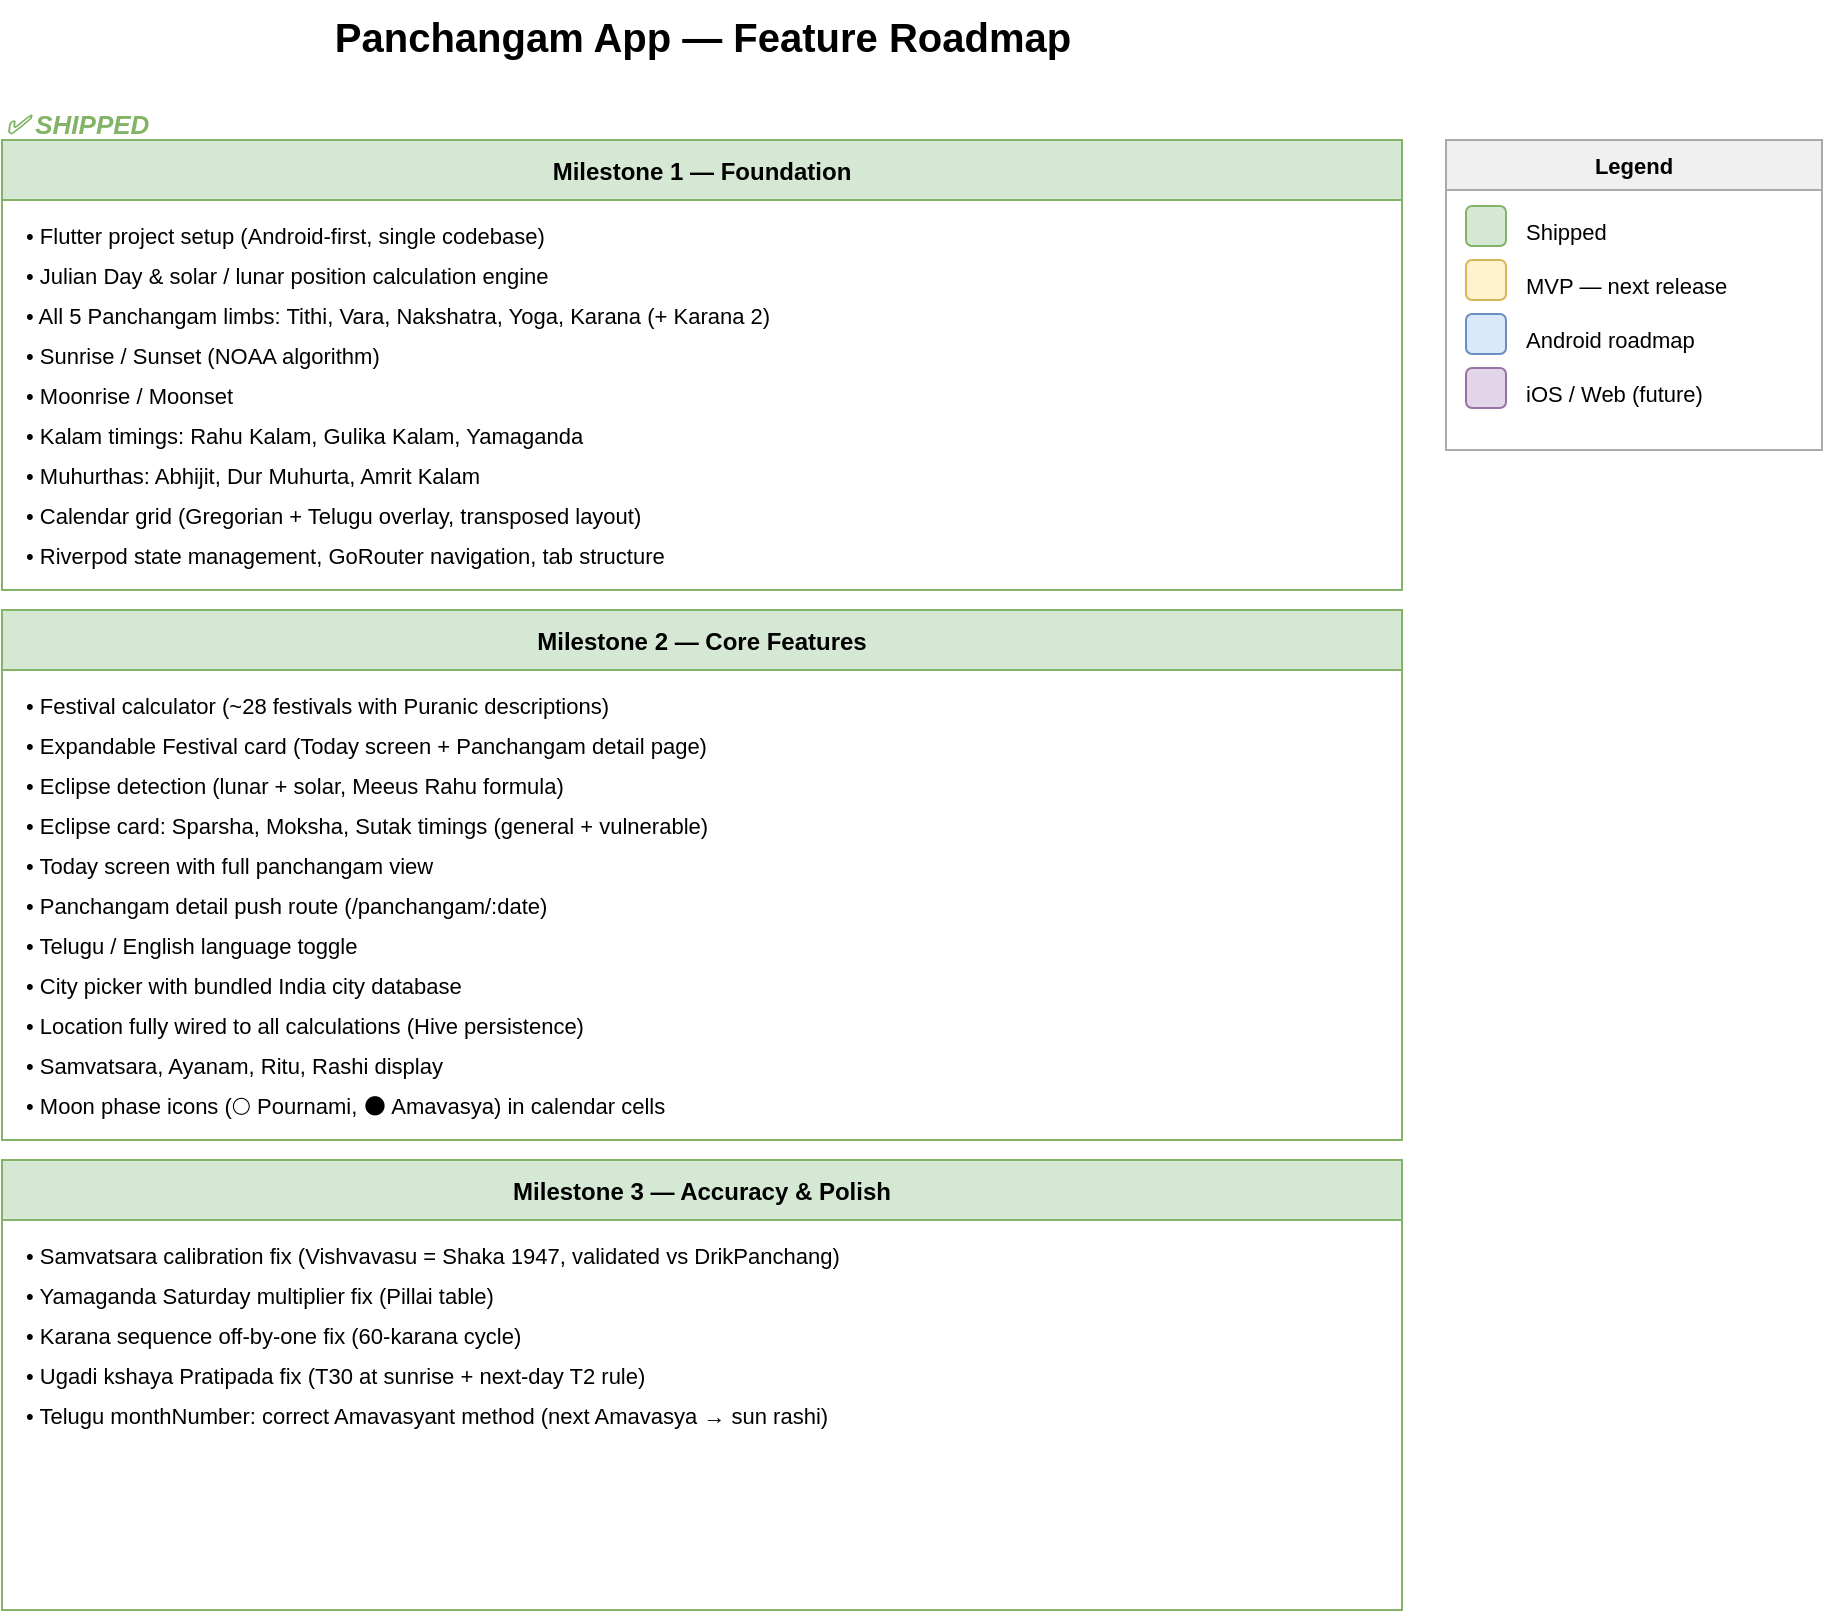
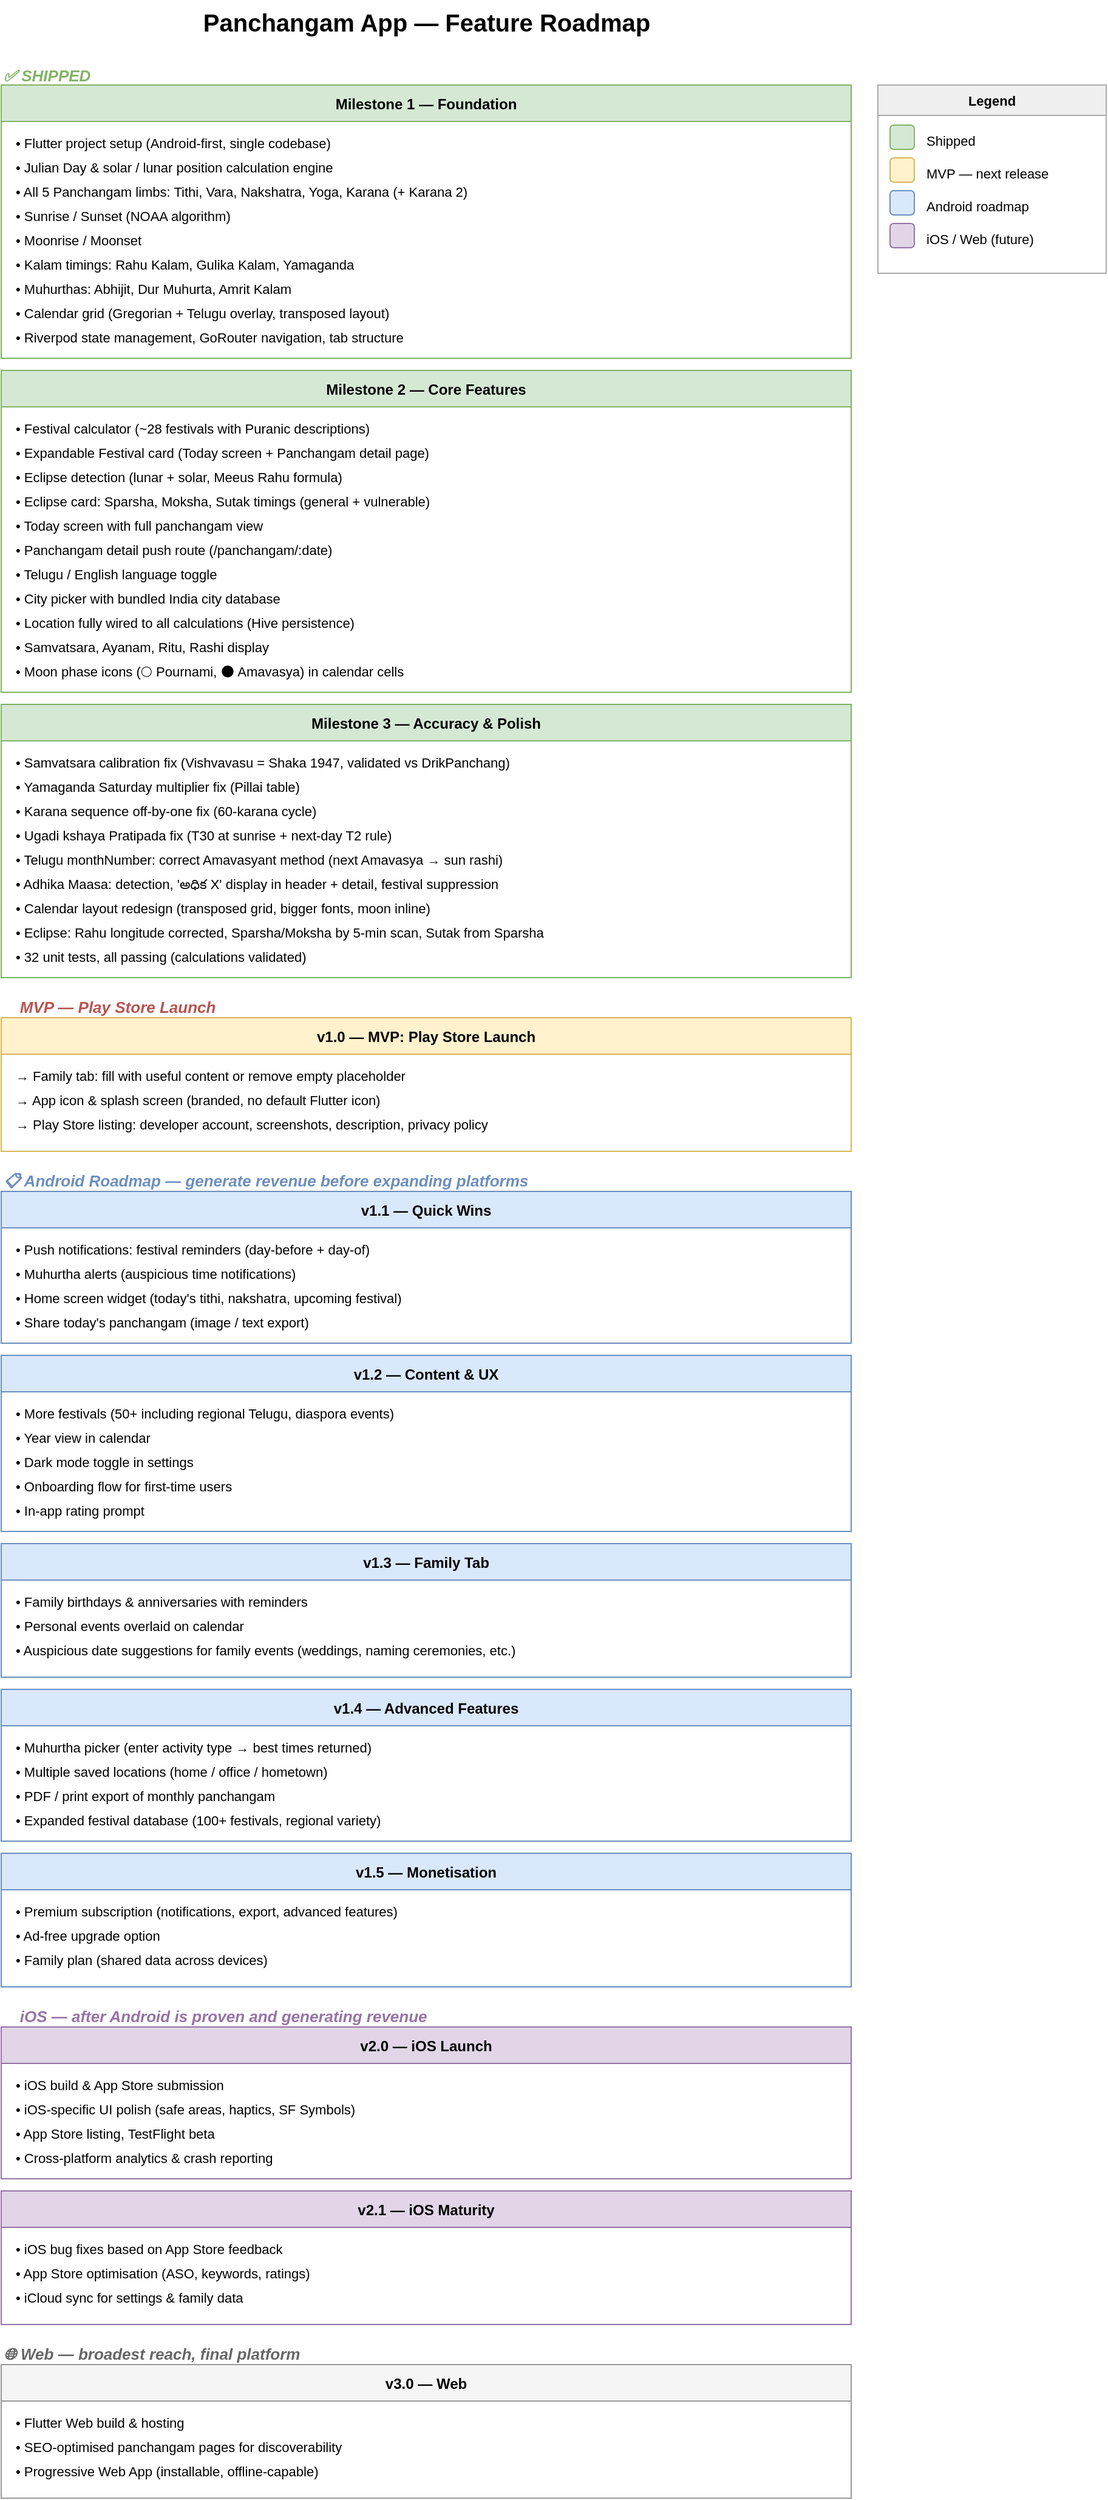
<?xml version="1.0" encoding="UTF-8"?>
<mxfile host="app.diagrams.net">
  <diagram id="panchangam-roadmap" name="Panchangam Roadmap">
    <mxGraphModel dx="1000" dy="800" grid="0" gridSize="10" guides="1" tooltips="1" connect="0" arrows="0" fold="1" page="0" pageScale="1" pageWidth="1000" pageHeight="2200" math="0" shadow="0">
      <root>
        <mxCell id="0" />
        <mxCell id="1" parent="0" />

        <!-- ═══ TITLE ═══ -->
        <mxCell id="title" value="Panchangam App — Feature Roadmap"
          style="text;html=1;strokeColor=none;fillColor=none;align=center;fontSize=20;fontStyle=1;"
          vertex="1" parent="1">
          <mxGeometry x="40" y="20" width="700" height="40" as="geometry" />
        </mxCell>

        <!-- ═══ LEGEND ═══ -->
        <mxCell id="legend" value="Legend"
          style="swimlane;startSize=25;fillColor=#f0f0f0;strokeColor=#aaaaaa;fontStyle=1;fontSize=11;"
          vertex="1" parent="1">
          <mxGeometry x="762" y="90" width="188" height="155" as="geometry" />
        </mxCell>
        <mxCell id="leg1_box" value="" style="rounded=1;fillColor=#d5e8d4;strokeColor=#82b366;" vertex="1" parent="legend">
          <mxGeometry x="10" y="33" width="20" height="20" as="geometry" />
        </mxCell>
        <mxCell id="leg1_txt" value="Shipped" style="text;html=1;strokeColor=none;fillColor=none;align=left;fontSize=11;" vertex="1" parent="legend">
          <mxGeometry x="38" y="33" width="140" height="20" as="geometry" />
        </mxCell>
        <mxCell id="leg2_box" value="" style="rounded=1;fillColor=#fff2cc;strokeColor=#d6b656;" vertex="1" parent="legend">
          <mxGeometry x="10" y="60" width="20" height="20" as="geometry" />
        </mxCell>
        <mxCell id="leg2_txt" value="MVP — next release" style="text;html=1;strokeColor=none;fillColor=none;align=left;fontSize=11;" vertex="1" parent="legend">
          <mxGeometry x="38" y="60" width="140" height="20" as="geometry" />
        </mxCell>
        <mxCell id="leg3_box" value="" style="rounded=1;fillColor=#dae8fc;strokeColor=#6c8ebf;" vertex="1" parent="legend">
          <mxGeometry x="10" y="87" width="20" height="20" as="geometry" />
        </mxCell>
        <mxCell id="leg3_txt" value="Android roadmap" style="text;html=1;strokeColor=none;fillColor=none;align=left;fontSize=11;" vertex="1" parent="legend">
          <mxGeometry x="38" y="87" width="140" height="20" as="geometry" />
        </mxCell>
        <mxCell id="leg4_box" value="" style="rounded=1;fillColor=#e1d5e7;strokeColor=#9673a6;" vertex="1" parent="legend">
          <mxGeometry x="10" y="114" width="20" height="20" as="geometry" />
        </mxCell>
        <mxCell id="leg4_txt" value="iOS / Web (future)" style="text;html=1;strokeColor=none;fillColor=none;align=left;fontSize=11;" vertex="1" parent="legend">
          <mxGeometry x="38" y="114" width="140" height="20" as="geometry" />
        </mxCell>

        <!-- ═══ SECTION: SHIPPED ═══ -->
        <mxCell id="sec_done" value="✅  SHIPPED"
          style="text;html=1;strokeColor=none;fillColor=none;align=left;fontSize=13;fontStyle=3;fontColor=#82b366;"
          vertex="1" parent="1">
          <mxGeometry x="40" y="68" width="300" height="20" as="geometry" />
        </mxCell>

        <!-- MILESTONE 1 — Foundation -->
        <mxCell id="m1" value="Milestone 1 — Foundation"
          style="swimlane;startSize=30;fillColor=#d5e8d4;strokeColor=#82b366;fontStyle=1;fontSize=12;"
          vertex="1" parent="1">
          <mxGeometry x="40" y="90" width="700" height="225" as="geometry" />
        </mxCell>
        <mxCell id="m1_1" value="• Flutter project setup (Android-first, single codebase)" style="text;html=1;strokeColor=none;fillColor=none;align=left;fontSize=11;" vertex="1" parent="m1"><mxGeometry x="10" y="35" width="680" height="20" as="geometry" /></mxCell>
        <mxCell id="m1_2" value="• Julian Day &amp; solar / lunar position calculation engine" style="text;html=1;strokeColor=none;fillColor=none;align=left;fontSize=11;" vertex="1" parent="m1"><mxGeometry x="10" y="55" width="680" height="20" as="geometry" /></mxCell>
        <mxCell id="m1_3" value="• All 5 Panchangam limbs: Tithi, Vara, Nakshatra, Yoga, Karana (+ Karana 2)" style="text;html=1;strokeColor=none;fillColor=none;align=left;fontSize=11;" vertex="1" parent="m1"><mxGeometry x="10" y="75" width="680" height="20" as="geometry" /></mxCell>
        <mxCell id="m1_4" value="• Sunrise / Sunset (NOAA algorithm)" style="text;html=1;strokeColor=none;fillColor=none;align=left;fontSize=11;" vertex="1" parent="m1"><mxGeometry x="10" y="95" width="680" height="20" as="geometry" /></mxCell>
        <mxCell id="m1_5" value="• Moonrise / Moonset" style="text;html=1;strokeColor=none;fillColor=none;align=left;fontSize=11;" vertex="1" parent="m1"><mxGeometry x="10" y="115" width="680" height="20" as="geometry" /></mxCell>
        <mxCell id="m1_6" value="• Kalam timings: Rahu Kalam, Gulika Kalam, Yamaganda" style="text;html=1;strokeColor=none;fillColor=none;align=left;fontSize=11;" vertex="1" parent="m1"><mxGeometry x="10" y="135" width="680" height="20" as="geometry" /></mxCell>
        <mxCell id="m1_7" value="• Muhurthas: Abhijit, Dur Muhurta, Amrit Kalam" style="text;html=1;strokeColor=none;fillColor=none;align=left;fontSize=11;" vertex="1" parent="m1"><mxGeometry x="10" y="155" width="680" height="20" as="geometry" /></mxCell>
        <mxCell id="m1_8" value="• Calendar grid (Gregorian + Telugu overlay, transposed layout)" style="text;html=1;strokeColor=none;fillColor=none;align=left;fontSize=11;" vertex="1" parent="m1"><mxGeometry x="10" y="175" width="680" height="20" as="geometry" /></mxCell>
        <mxCell id="m1_9" value="• Riverpod state management, GoRouter navigation, tab structure" style="text;html=1;strokeColor=none;fillColor=none;align=left;fontSize=11;" vertex="1" parent="m1"><mxGeometry x="10" y="195" width="680" height="20" as="geometry" /></mxCell>

        <!-- MILESTONE 2 — Core Features -->
        <mxCell id="m2" value="Milestone 2 — Core Features"
          style="swimlane;startSize=30;fillColor=#d5e8d4;strokeColor=#82b366;fontStyle=1;fontSize=12;"
          vertex="1" parent="1">
          <mxGeometry x="40" y="325" width="700" height="265" as="geometry" />
        </mxCell>
        <mxCell id="m2_1" value="• Festival calculator (~28 festivals with Puranic descriptions)" style="text;html=1;strokeColor=none;fillColor=none;align=left;fontSize=11;" vertex="1" parent="m2"><mxGeometry x="10" y="35" width="680" height="20" as="geometry" /></mxCell>
        <mxCell id="m2_2" value="• Expandable Festival card (Today screen + Panchangam detail page)" style="text;html=1;strokeColor=none;fillColor=none;align=left;fontSize=11;" vertex="1" parent="m2"><mxGeometry x="10" y="55" width="680" height="20" as="geometry" /></mxCell>
        <mxCell id="m2_3" value="• Eclipse detection (lunar + solar, Meeus Rahu formula)" style="text;html=1;strokeColor=none;fillColor=none;align=left;fontSize=11;" vertex="1" parent="m2"><mxGeometry x="10" y="75" width="680" height="20" as="geometry" /></mxCell>
        <mxCell id="m2_4" value="• Eclipse card: Sparsha, Moksha, Sutak timings (general + vulnerable)" style="text;html=1;strokeColor=none;fillColor=none;align=left;fontSize=11;" vertex="1" parent="m2"><mxGeometry x="10" y="95" width="680" height="20" as="geometry" /></mxCell>
        <mxCell id="m2_5" value="• Today screen with full panchangam view" style="text;html=1;strokeColor=none;fillColor=none;align=left;fontSize=11;" vertex="1" parent="m2"><mxGeometry x="10" y="115" width="680" height="20" as="geometry" /></mxCell>
        <mxCell id="m2_6" value="• Panchangam detail push route (/panchangam/:date)" style="text;html=1;strokeColor=none;fillColor=none;align=left;fontSize=11;" vertex="1" parent="m2"><mxGeometry x="10" y="135" width="680" height="20" as="geometry" /></mxCell>
        <mxCell id="m2_7" value="• Telugu / English language toggle" style="text;html=1;strokeColor=none;fillColor=none;align=left;fontSize=11;" vertex="1" parent="m2"><mxGeometry x="10" y="155" width="680" height="20" as="geometry" /></mxCell>
        <mxCell id="m2_8" value="• City picker with bundled India city database" style="text;html=1;strokeColor=none;fillColor=none;align=left;fontSize=11;" vertex="1" parent="m2"><mxGeometry x="10" y="175" width="680" height="20" as="geometry" /></mxCell>
        <mxCell id="m2_9" value="• Location fully wired to all calculations (Hive persistence)" style="text;html=1;strokeColor=none;fillColor=none;align=left;fontSize=11;" vertex="1" parent="m2"><mxGeometry x="10" y="195" width="680" height="20" as="geometry" /></mxCell>
        <mxCell id="m2_10" value="• Samvatsara, Ayanam, Ritu, Rashi display" style="text;html=1;strokeColor=none;fillColor=none;align=left;fontSize=11;" vertex="1" parent="m2"><mxGeometry x="10" y="215" width="680" height="20" as="geometry" /></mxCell>
        <mxCell id="m2_11" value="• Moon phase icons (🌕 Pournami, 🌑 Amavasya) in calendar cells" style="text;html=1;strokeColor=none;fillColor=none;align=left;fontSize=11;" vertex="1" parent="m2"><mxGeometry x="10" y="235" width="680" height="20" as="geometry" /></mxCell>

        <!-- MILESTONE 3 — Accuracy & Polish -->
        <mxCell id="m3" value="Milestone 3 — Accuracy &amp; Polish"
          style="swimlane;startSize=30;fillColor=#d5e8d4;strokeColor=#82b366;fontStyle=1;fontSize=12;"
          vertex="1" parent="1">
          <mxGeometry x="40" y="600" width="700" height="225" as="geometry" />
        </mxCell>
        <mxCell id="m3_1" value="• Samvatsara calibration fix (Vishvavasu = Shaka 1947, validated vs DrikPanchang)" style="text;html=1;strokeColor=none;fillColor=none;align=left;fontSize=11;" vertex="1" parent="m3"><mxGeometry x="10" y="35" width="680" height="20" as="geometry" /></mxCell>
        <mxCell id="m3_2" value="• Yamaganda Saturday multiplier fix (Pillai table)" style="text;html=1;strokeColor=none;fillColor=none;align=left;fontSize=11;" vertex="1" parent="m3"><mxGeometry x="10" y="55" width="680" height="20" as="geometry" /></mxCell>
        <mxCell id="m3_3" value="• Karana sequence off-by-one fix (60-karana cycle)" style="text;html=1;strokeColor=none;fillColor=none;align=left;fontSize=11;" vertex="1" parent="m3"><mxGeometry x="10" y="75" width="680" height="20" as="geometry" /></mxCell>
        <mxCell id="m3_4" value="• Ugadi kshaya Pratipada fix (T30 at sunrise + next-day T2 rule)" style="text;html=1;strokeColor=none;fillColor=none;align=left;fontSize=11;" vertex="1" parent="m3"><mxGeometry x="10" y="95" width="680" height="20" as="geometry" /></mxCell>
        <mxCell id="m3_5" value="• Telugu monthNumber: correct Amavasyant method (next Amavasya → sun rashi)" style="text;html=1;strokeColor=none;fillColor=none;align=left;fontSize=11;" vertex="1" parent="m3"><mxGeometry x="10" y="115" width="680" height="20" as="geometry" /></mxCell>
-         <mxCell id="m3_6" value="• Adhika Maasa: detection, "అధిక X" display in header + detail, festival suppression" style="text;html=1;strokeColor=none;fillColor=none;align=left;fontSize=11;" vertex="1" parent="m3"><mxGeometry x="10" y="135" width="680" height="20" as="geometry" /></mxCell>
+         <mxCell id="m3_6" value="• Adhika Maasa: detection, &apos;అధిక X&apos; display in header + detail, festival suppression" style="text;html=1;strokeColor=none;fillColor=none;align=left;fontSize=11;" vertex="1" parent="m3"><mxGeometry x="10" y="135" width="680" height="20" as="geometry" /></mxCell>
        <mxCell id="m3_7" value="• Calendar layout redesign (transposed grid, bigger fonts, moon inline)" style="text;html=1;strokeColor=none;fillColor=none;align=left;fontSize=11;" vertex="1" parent="m3"><mxGeometry x="10" y="155" width="680" height="20" as="geometry" /></mxCell>
        <mxCell id="m3_8" value="• Eclipse: Rahu longitude corrected, Sparsha/Moksha by 5-min scan, Sutak from Sparsha" style="text;html=1;strokeColor=none;fillColor=none;align=left;fontSize=11;" vertex="1" parent="m3"><mxGeometry x="10" y="175" width="680" height="20" as="geometry" /></mxCell>
        <mxCell id="m3_9" value="• 32 unit tests, all passing (calculations validated)" style="text;html=1;strokeColor=none;fillColor=none;align=left;fontSize=11;" vertex="1" parent="m3"><mxGeometry x="10" y="195" width="680" height="20" as="geometry" /></mxCell>

        <!-- ═══ SECTION: MVP ═══ -->
        <mxCell id="sec_mvp" value="🚧  MVP — Play Store Launch"
          style="text;html=1;strokeColor=none;fillColor=none;align=left;fontSize=13;fontStyle=3;fontColor=#b85450;"
          vertex="1" parent="1">
          <mxGeometry x="40" y="835" width="400" height="20" as="geometry" />
        </mxCell>

        <!-- v1.0 — MVP -->
        <mxCell id="mvp" value="v1.0 — MVP: Play Store Launch"
          style="swimlane;startSize=30;fillColor=#fff2cc;strokeColor=#d6b656;fontStyle=1;fontSize=12;"
          vertex="1" parent="1">
          <mxGeometry x="40" y="858" width="700" height="110" as="geometry" />
        </mxCell>
        <mxCell id="mvp_1" value="→ Family tab: fill with useful content or remove empty placeholder" style="text;html=1;strokeColor=none;fillColor=none;align=left;fontSize=11;" vertex="1" parent="mvp"><mxGeometry x="10" y="35" width="680" height="20" as="geometry" /></mxCell>
        <mxCell id="mvp_2" value="→ App icon &amp; splash screen (branded, no default Flutter icon)" style="text;html=1;strokeColor=none;fillColor=none;align=left;fontSize=11;" vertex="1" parent="mvp"><mxGeometry x="10" y="55" width="680" height="20" as="geometry" /></mxCell>
        <mxCell id="mvp_3" value="→ Play Store listing: developer account, screenshots, description, privacy policy" style="text;html=1;strokeColor=none;fillColor=none;align=left;fontSize=11;" vertex="1" parent="mvp"><mxGeometry x="10" y="75" width="680" height="20" as="geometry" /></mxCell>

        <!-- ═══ SECTION: ANDROID ROADMAP ═══ -->
        <mxCell id="sec_android" value="📋  Android Roadmap — generate revenue before expanding platforms"
          style="text;html=1;strokeColor=none;fillColor=none;align=left;fontSize=13;fontStyle=3;fontColor=#6c8ebf;"
          vertex="1" parent="1">
          <mxGeometry x="40" y="978" width="700" height="20" as="geometry" />
        </mxCell>

        <!-- v1.1 -->
        <mxCell id="v11" value="v1.1 — Quick Wins"
          style="swimlane;startSize=30;fillColor=#dae8fc;strokeColor=#6c8ebf;fontStyle=1;fontSize=12;"
          vertex="1" parent="1">
          <mxGeometry x="40" y="1001" width="700" height="125" as="geometry" />
        </mxCell>
        <mxCell id="v11_1" value="• Push notifications: festival reminders (day-before + day-of)" style="text;html=1;strokeColor=none;fillColor=none;align=left;fontSize=11;" vertex="1" parent="v11"><mxGeometry x="10" y="35" width="680" height="20" as="geometry" /></mxCell>
        <mxCell id="v11_2" value="• Muhurtha alerts (auspicious time notifications)" style="text;html=1;strokeColor=none;fillColor=none;align=left;fontSize=11;" vertex="1" parent="v11"><mxGeometry x="10" y="55" width="680" height="20" as="geometry" /></mxCell>
        <mxCell id="v11_3" value="• Home screen widget (today's tithi, nakshatra, upcoming festival)" style="text;html=1;strokeColor=none;fillColor=none;align=left;fontSize=11;" vertex="1" parent="v11"><mxGeometry x="10" y="75" width="680" height="20" as="geometry" /></mxCell>
        <mxCell id="v11_4" value="• Share today's panchangam (image / text export)" style="text;html=1;strokeColor=none;fillColor=none;align=left;fontSize=11;" vertex="1" parent="v11"><mxGeometry x="10" y="95" width="680" height="20" as="geometry" /></mxCell>

        <!-- v1.2 -->
        <mxCell id="v12" value="v1.2 — Content &amp; UX"
          style="swimlane;startSize=30;fillColor=#dae8fc;strokeColor=#6c8ebf;fontStyle=1;fontSize=12;"
          vertex="1" parent="1">
          <mxGeometry x="40" y="1136" width="700" height="145" as="geometry" />
        </mxCell>
        <mxCell id="v12_1" value="• More festivals (50+ including regional Telugu, diaspora events)" style="text;html=1;strokeColor=none;fillColor=none;align=left;fontSize=11;" vertex="1" parent="v12"><mxGeometry x="10" y="35" width="680" height="20" as="geometry" /></mxCell>
        <mxCell id="v12_2" value="• Year view in calendar" style="text;html=1;strokeColor=none;fillColor=none;align=left;fontSize=11;" vertex="1" parent="v12"><mxGeometry x="10" y="55" width="680" height="20" as="geometry" /></mxCell>
        <mxCell id="v12_3" value="• Dark mode toggle in settings" style="text;html=1;strokeColor=none;fillColor=none;align=left;fontSize=11;" vertex="1" parent="v12"><mxGeometry x="10" y="75" width="680" height="20" as="geometry" /></mxCell>
        <mxCell id="v12_4" value="• Onboarding flow for first-time users" style="text;html=1;strokeColor=none;fillColor=none;align=left;fontSize=11;" vertex="1" parent="v12"><mxGeometry x="10" y="95" width="680" height="20" as="geometry" /></mxCell>
        <mxCell id="v12_5" value="• In-app rating prompt" style="text;html=1;strokeColor=none;fillColor=none;align=left;fontSize=11;" vertex="1" parent="v12"><mxGeometry x="10" y="115" width="680" height="20" as="geometry" /></mxCell>

        <!-- v1.3 -->
        <mxCell id="v13" value="v1.3 — Family Tab"
          style="swimlane;startSize=30;fillColor=#dae8fc;strokeColor=#6c8ebf;fontStyle=1;fontSize=12;"
          vertex="1" parent="1">
          <mxGeometry x="40" y="1291" width="700" height="110" as="geometry" />
        </mxCell>
        <mxCell id="v13_1" value="• Family birthdays &amp; anniversaries with reminders" style="text;html=1;strokeColor=none;fillColor=none;align=left;fontSize=11;" vertex="1" parent="v13"><mxGeometry x="10" y="35" width="680" height="20" as="geometry" /></mxCell>
        <mxCell id="v13_2" value="• Personal events overlaid on calendar" style="text;html=1;strokeColor=none;fillColor=none;align=left;fontSize=11;" vertex="1" parent="v13"><mxGeometry x="10" y="55" width="680" height="20" as="geometry" /></mxCell>
        <mxCell id="v13_3" value="• Auspicious date suggestions for family events (weddings, naming ceremonies, etc.)" style="text;html=1;strokeColor=none;fillColor=none;align=left;fontSize=11;" vertex="1" parent="v13"><mxGeometry x="10" y="75" width="680" height="20" as="geometry" /></mxCell>

        <!-- v1.4 -->
        <mxCell id="v14" value="v1.4 — Advanced Features"
          style="swimlane;startSize=30;fillColor=#dae8fc;strokeColor=#6c8ebf;fontStyle=1;fontSize=12;"
          vertex="1" parent="1">
          <mxGeometry x="40" y="1411" width="700" height="125" as="geometry" />
        </mxCell>
        <mxCell id="v14_1" value="• Muhurtha picker (enter activity type → best times returned)" style="text;html=1;strokeColor=none;fillColor=none;align=left;fontSize=11;" vertex="1" parent="v14"><mxGeometry x="10" y="35" width="680" height="20" as="geometry" /></mxCell>
        <mxCell id="v14_2" value="• Multiple saved locations (home / office / hometown)" style="text;html=1;strokeColor=none;fillColor=none;align=left;fontSize=11;" vertex="1" parent="v14"><mxGeometry x="10" y="55" width="680" height="20" as="geometry" /></mxCell>
        <mxCell id="v14_3" value="• PDF / print export of monthly panchangam" style="text;html=1;strokeColor=none;fillColor=none;align=left;fontSize=11;" vertex="1" parent="v14"><mxGeometry x="10" y="75" width="680" height="20" as="geometry" /></mxCell>
        <mxCell id="v14_4" value="• Expanded festival database (100+ festivals, regional variety)" style="text;html=1;strokeColor=none;fillColor=none;align=left;fontSize=11;" vertex="1" parent="v14"><mxGeometry x="10" y="95" width="680" height="20" as="geometry" /></mxCell>

        <!-- v1.5 -->
        <mxCell id="v15" value="v1.5 — Monetisation"
          style="swimlane;startSize=30;fillColor=#dae8fc;strokeColor=#6c8ebf;fontStyle=1;fontSize=12;"
          vertex="1" parent="1">
          <mxGeometry x="40" y="1546" width="700" height="110" as="geometry" />
        </mxCell>
        <mxCell id="v15_1" value="• Premium subscription (notifications, export, advanced features)" style="text;html=1;strokeColor=none;fillColor=none;align=left;fontSize=11;" vertex="1" parent="v15"><mxGeometry x="10" y="35" width="680" height="20" as="geometry" /></mxCell>
        <mxCell id="v15_2" value="• Ad-free upgrade option" style="text;html=1;strokeColor=none;fillColor=none;align=left;fontSize=11;" vertex="1" parent="v15"><mxGeometry x="10" y="55" width="680" height="20" as="geometry" /></mxCell>
        <mxCell id="v15_3" value="• Family plan (shared data across devices)" style="text;html=1;strokeColor=none;fillColor=none;align=left;fontSize=11;" vertex="1" parent="v15"><mxGeometry x="10" y="75" width="680" height="20" as="geometry" /></mxCell>

        <!-- ═══ SECTION: iOS ═══ -->
        <mxCell id="sec_ios" value="🍎  iOS — after Android is proven and generating revenue"
          style="text;html=1;strokeColor=none;fillColor=none;align=left;fontSize=13;fontStyle=3;fontColor=#9673a6;"
          vertex="1" parent="1">
          <mxGeometry x="40" y="1666" width="700" height="20" as="geometry" />
        </mxCell>

        <!-- v2.0 -->
        <mxCell id="v20" value="v2.0 — iOS Launch"
          style="swimlane;startSize=30;fillColor=#e1d5e7;strokeColor=#9673a6;fontStyle=1;fontSize=12;"
          vertex="1" parent="1">
          <mxGeometry x="40" y="1689" width="700" height="125" as="geometry" />
        </mxCell>
        <mxCell id="v20_1" value="• iOS build &amp; App Store submission" style="text;html=1;strokeColor=none;fillColor=none;align=left;fontSize=11;" vertex="1" parent="v20"><mxGeometry x="10" y="35" width="680" height="20" as="geometry" /></mxCell>
        <mxCell id="v20_2" value="• iOS-specific UI polish (safe areas, haptics, SF Symbols)" style="text;html=1;strokeColor=none;fillColor=none;align=left;fontSize=11;" vertex="1" parent="v20"><mxGeometry x="10" y="55" width="680" height="20" as="geometry" /></mxCell>
        <mxCell id="v20_3" value="• App Store listing, TestFlight beta" style="text;html=1;strokeColor=none;fillColor=none;align=left;fontSize=11;" vertex="1" parent="v20"><mxGeometry x="10" y="75" width="680" height="20" as="geometry" /></mxCell>
        <mxCell id="v20_4" value="• Cross-platform analytics &amp; crash reporting" style="text;html=1;strokeColor=none;fillColor=none;align=left;fontSize=11;" vertex="1" parent="v20"><mxGeometry x="10" y="95" width="680" height="20" as="geometry" /></mxCell>

        <!-- v2.1 -->
        <mxCell id="v21" value="v2.1 — iOS Maturity"
          style="swimlane;startSize=30;fillColor=#e1d5e7;strokeColor=#9673a6;fontStyle=1;fontSize=12;"
          vertex="1" parent="1">
          <mxGeometry x="40" y="1824" width="700" height="110" as="geometry" />
        </mxCell>
        <mxCell id="v21_1" value="• iOS bug fixes based on App Store feedback" style="text;html=1;strokeColor=none;fillColor=none;align=left;fontSize=11;" vertex="1" parent="v21"><mxGeometry x="10" y="35" width="680" height="20" as="geometry" /></mxCell>
        <mxCell id="v21_2" value="• App Store optimisation (ASO, keywords, ratings)" style="text;html=1;strokeColor=none;fillColor=none;align=left;fontSize=11;" vertex="1" parent="v21"><mxGeometry x="10" y="55" width="680" height="20" as="geometry" /></mxCell>
        <mxCell id="v21_3" value="• iCloud sync for settings &amp; family data" style="text;html=1;strokeColor=none;fillColor=none;align=left;fontSize=11;" vertex="1" parent="v21"><mxGeometry x="10" y="75" width="680" height="20" as="geometry" /></mxCell>

        <!-- ═══ SECTION: WEB ═══ -->
        <mxCell id="sec_web" value="🌐  Web — broadest reach, final platform"
          style="text;html=1;strokeColor=none;fillColor=none;align=left;fontSize=13;fontStyle=3;fontColor=#666666;"
          vertex="1" parent="1">
          <mxGeometry x="40" y="1944" width="700" height="20" as="geometry" />
        </mxCell>

        <!-- v3.0 -->
        <mxCell id="v30" value="v3.0 — Web"
          style="swimlane;startSize=30;fillColor=#f5f5f5;strokeColor=#999999;fontStyle=1;fontSize=12;"
          vertex="1" parent="1">
          <mxGeometry x="40" y="1967" width="700" height="110" as="geometry" />
        </mxCell>
        <mxCell id="v30_1" value="• Flutter Web build &amp; hosting" style="text;html=1;strokeColor=none;fillColor=none;align=left;fontSize=11;" vertex="1" parent="v30"><mxGeometry x="10" y="35" width="680" height="20" as="geometry" /></mxCell>
        <mxCell id="v30_2" value="• SEO-optimised panchangam pages for discoverability" style="text;html=1;strokeColor=none;fillColor=none;align=left;fontSize=11;" vertex="1" parent="v30"><mxGeometry x="10" y="55" width="680" height="20" as="geometry" /></mxCell>
        <mxCell id="v30_3" value="• Progressive Web App (installable, offline-capable)" style="text;html=1;strokeColor=none;fillColor=none;align=left;fontSize=11;" vertex="1" parent="v30"><mxGeometry x="10" y="75" width="680" height="20" as="geometry" /></mxCell>

      </root>
    </mxGraphModel>
  </diagram>
</mxfile>
